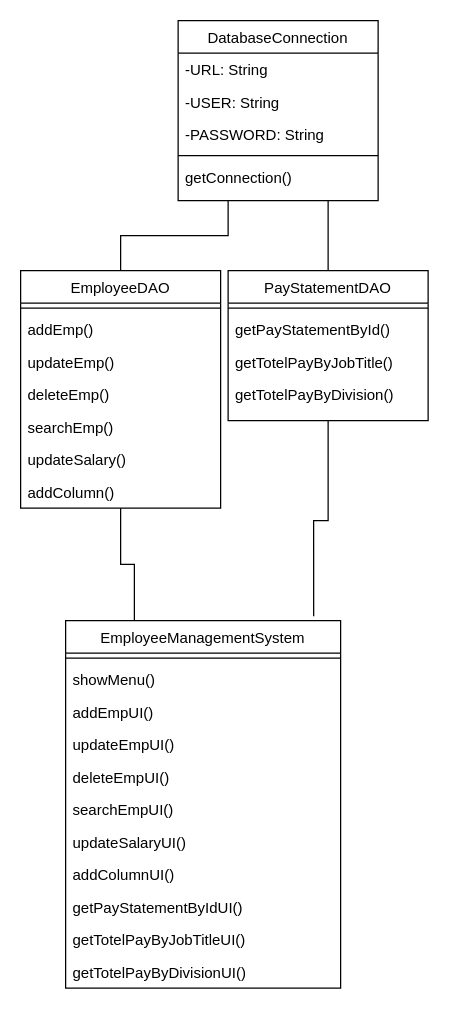
Above: Diagram/classDiagram2.drawio in linnypham/CSC3350_project (draw.io), before the change. Source tidied: cells renumbered, new cells numbered last; positions are measured from the earlier drawing's top-left corner, leaving out a move shared by most shapes. Both pictures are drawn from the tidied source at 125%, with x=0, y=0 at pixel (20, 20).
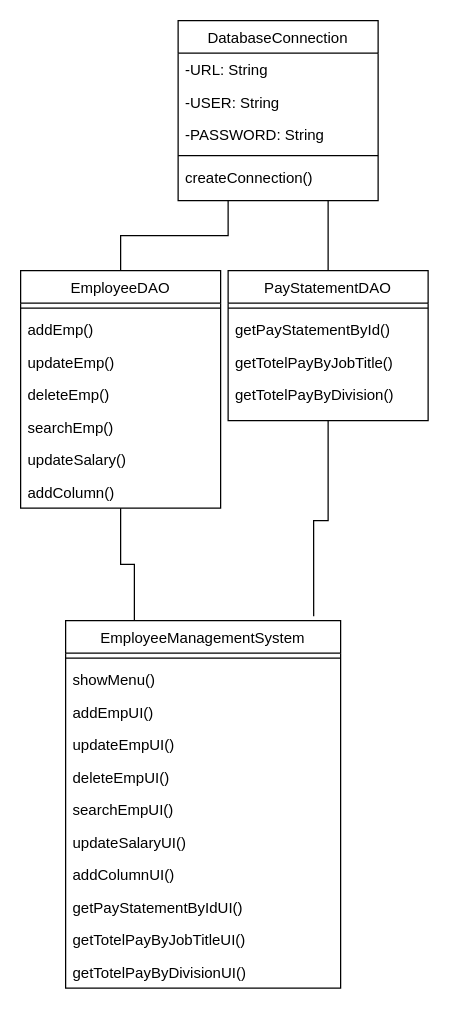
Above is the later version.

Unchanged cells that the change refers to:
```xml
<mxCell id="31" value="DatabaseConnection" style="swimlane;fontStyle=0;align=center;verticalAlign=top;horizontal=1;startSize=26;rounded=0;shadow=0;strokeWidth=1;" parent="1" vertex="1">
  <mxGeometry x="126" width="160" height="144" as="geometry" />
</mxCell>
```

Change to the diagram source:
```diff
@@
-    <mxCell id="36" value="getConnection()" style="text;align=left;verticalAlign=top;spacingLeft=4;spacingRight=4;overflow=hidden;" parent="31" vertex="1">
+    <mxCell id="36" value="createConnection()" style="text;align=left;verticalAlign=top;spacingLeft=4;spacingRight=4;overflow=hidden;" parent="31" vertex="1">
       <mxGeometry y="112" width="160" height="26" as="geometry" />
     </mxCell>
```
